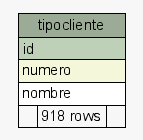
Above: postgresql/schemaSpy/salida/diagrams/summary/tipocliente.1degree.png in diegopablomansilla/massoftware_front (Graphviz), before the change. Its source is kept beside it as postgresql/schemaSpy/salida/diagrams/summary/tipocliente.1degree.dot.
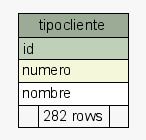
After the change.

What changed in the source:
```diff
@@ -22,7 +22,7 @@
       <TR><TD PORT="id" COLSPAN="3" BGCOLOR="#bed1b8" ALIGN="LEFT">id</TD></TR>
       <TR><TD PORT="numero" COLSPAN="3" BGCOLOR="#f4f7da" ALIGN="LEFT">numero</TD></TR>
       <TR><TD PORT="nombre" COLSPAN="3" ALIGN="LEFT">nombre</TD></TR>
-      <TR><TD ALIGN="LEFT" BGCOLOR="#f7f7f7">  </TD><TD ALIGN="RIGHT" BGCOLOR="#f7f7f7">918 rows</TD><TD ALIGN="RIGHT" BGCOLOR="#f7f7f7">  </TD></TR>
+      <TR><TD ALIGN="LEFT" BGCOLOR="#f7f7f7">  </TD><TD ALIGN="RIGHT" BGCOLOR="#f7f7f7">282 rows</TD><TD ALIGN="RIGHT" BGCOLOR="#f7f7f7">  </TD></TR>
     </TABLE>>
     URL="tables/tipocliente.html"
     tooltip="tipocliente"
```
